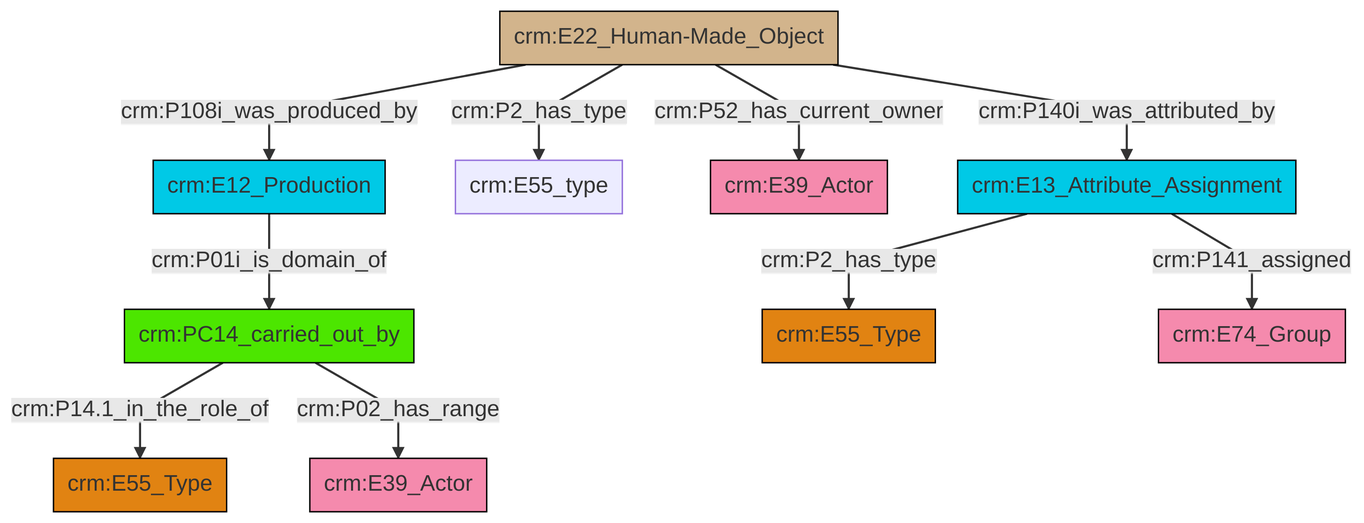
Earlier version of the Mermaid export et/builtWorkCSV/ttl/mmd/png/Built_Work_actor_relations.png (swiss-art-research-net/reference-data-models). Its source is kept beside it as et/builtWorkCSV/ttl/mmd/Built_Work_actor_relations.ttl.mmd.
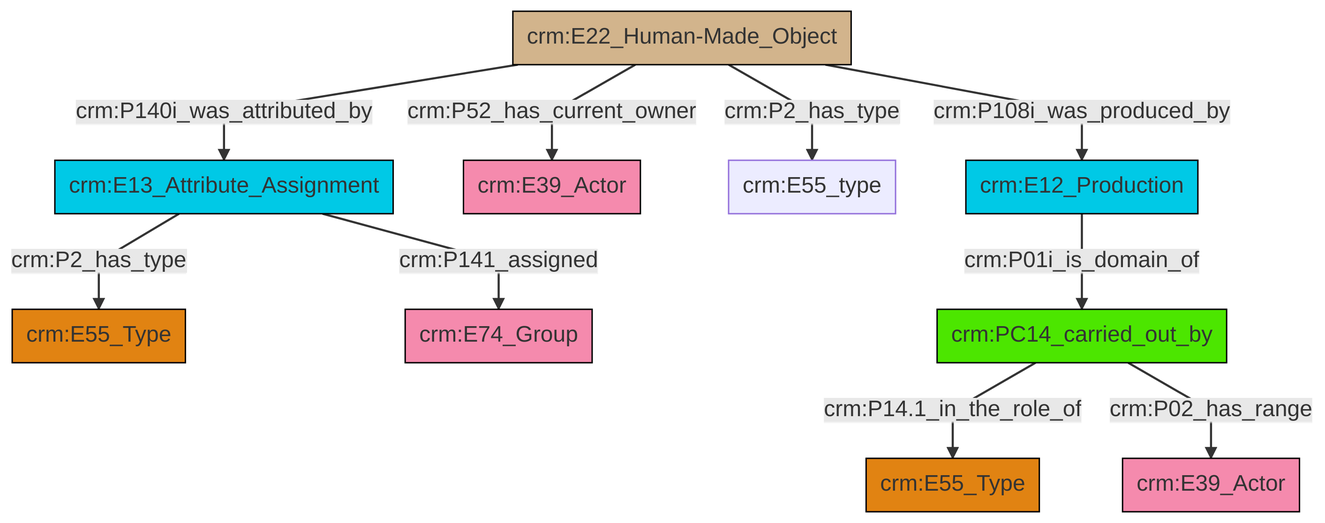
Above is the later version.

What changed in the source:
```diff
@@ -13,12 +13,12 @@
 classDef PC_Classes fill:#4ce600, stroke:#000000;
 classDef Multi fill:#cccccc,stroke:#000000;
 
-0["crm:E22_Human-Made_Object"]:::Physical_Thing -->|crm:P108i_was_produced_by| 1["crm:E12_Production"]:::Temporal_Entity
-0["crm:E22_Human-Made_Object"]:::Physical_Thing -->|crm:P2_has_type| 15["crm:E55_type"]:::Default
-0["crm:E22_Human-Made_Object"]:::Physical_Thing -->|crm:P52_has_current_owner| 2["crm:E39_Actor"]:::Actor
-0["crm:E22_Human-Made_Object"]:::Physical_Thing -->|crm:P140i_was_attributed_by| 8["crm:E13_Attribute_Assignment"]:::Temporal_Entity
-6["crm:PC14_carried_out_by"]:::PC_Classes -->|crm:P14.1_in_the_role_of| 19["crm:E55_Type"]:::Type
-6["crm:PC14_carried_out_by"]:::PC_Classes -->|crm:P02_has_range| 10["crm:E39_Actor"]:::Actor
-8["crm:E13_Attribute_Assignment"]:::Temporal_Entity -->|crm:P2_has_type| 4["crm:E55_Type"]:::Type
-1["crm:E12_Production"]:::Temporal_Entity -->|crm:P01i_is_domain_of| 6["crm:PC14_carried_out_by"]:::PC_Classes
-8["crm:E13_Attribute_Assignment"]:::Temporal_Entity -->|crm:P141_assigned| 17["crm:E74_Group"]:::Actor
+2["crm:E13_Attribute_Assignment"]:::Temporal_Entity -->|crm:P2_has_type| 3["crm:E55_Type"]:::Type
+5["crm:E22_Human-Made_Object"]:::Physical_Thing -->|crm:P140i_was_attributed_by| 2["crm:E13_Attribute_Assignment"]:::Temporal_Entity
+7["crm:PC14_carried_out_by"]:::PC_Classes -->|crm:P14.1_in_the_role_of| 0["crm:E55_Type"]:::Type
+5["crm:E22_Human-Made_Object"]:::Physical_Thing -->|crm:P52_has_current_owner| 11["crm:E39_Actor"]:::Actor
+12["crm:E12_Production"]:::Temporal_Entity -->|crm:P01i_is_domain_of| 7["crm:PC14_carried_out_by"]:::PC_Classes
+7["crm:PC14_carried_out_by"]:::PC_Classes -->|crm:P02_has_range| 15["crm:E39_Actor"]:::Actor
+5["crm:E22_Human-Made_Object"]:::Physical_Thing -->|crm:P2_has_type| 16["crm:E55_type"]:::Default
+2["crm:E13_Attribute_Assignment"]:::Temporal_Entity -->|crm:P141_assigned| 8["crm:E74_Group"]:::Actor
+5["crm:E22_Human-Made_Object"]:::Physical_Thing -->|crm:P108i_was_produced_by| 12["crm:E12_Production"]:::Temporal_Entity
```
